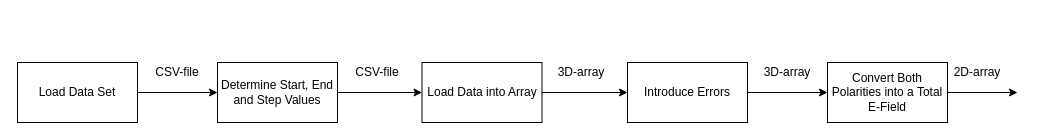
Mikkelnn/ESD5-Project keeps this draw.io diagram as Figures/systemDesign/PreProcessing.drawio. Above is the earlier version. Source tidied: cells renumbered, new cells numbered last; positions are measured from the earlier drawing's top-left corner, leaving out a move shared by most shapes. Both pictures are drawn from the tidied source at 100%, with x=0, y=0 at pixel (17, 57).
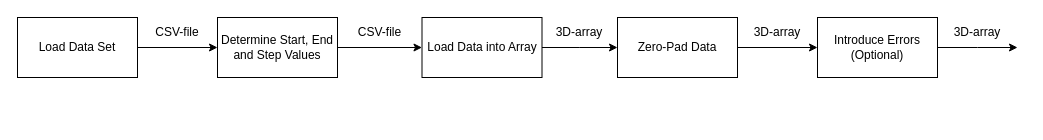
The same page after the edit.

Diff of the diagram source:
```diff
@@
 <mxGraphModel>
   <root>
     <mxCell id="0" />
     <mxCell id="1" parent="0" />
     <mxCell id="2" style="edgeStyle=orthogonalEdgeStyle;rounded=0;jettySize=auto;html=1;" parent="1" edge="1" source="3" target="5">
       <mxGeometry relative="1" as="geometry" />
     </mxCell>
     <mxCell id="3" value="Load Data Set" style="rounded=0;whiteSpace=wrap;html=1;" parent="1" vertex="1">
-      <mxGeometry y="5" width="120" height="60" as="geometry" />
+      <mxGeometry y="-40" width="120" height="60" as="geometry" />
     </mxCell>
     <mxCell id="4" style="edgeStyle=orthogonalEdgeStyle;rounded=0;jettySize=auto;html=1;" parent="1" edge="1" source="5" target="7">
       <mxGeometry relative="1" as="geometry" />
     </mxCell>
     <mxCell id="5" value="Determine Start, End and Step Values" style="rounded=0;whiteSpace=wrap;html=1;" parent="1" vertex="1">
-      <mxGeometry x="200" y="5" width="120" height="60" as="geometry" />
+      <mxGeometry x="200" y="-40" width="120" height="60" as="geometry" />
     </mxCell>
-    <mxCell id="6" style="edgeStyle=orthogonalEdgeStyle;rounded=0;jettySize=auto;html=1;exitX=1;exitY=0.5;exitDx=0;exitDy=0;entryX=0;entryY=0.5;entryDx=0;entryDy=0;" parent="1" edge="1" source="7" target="12">
-      <mxGeometry relative="1" as="geometry" />
+    <mxCell id="6" style="edgeStyle=orthogonalEdgeStyle;rounded=0;jettySize=auto;html=1;exitX=1;exitY=0.5;exitDx=0;exitDy=0;" parent="1" edge="1" source="7">
+      <mxGeometry relative="1" as="geometry">
+        <mxPoint x="600" y="-10" as="targetPoint" />
+      </mxGeometry>
     </mxCell>
     <mxCell id="7" value="Load Data into Array" style="rounded=0;whiteSpace=wrap;html=1;" parent="1" vertex="1">
-      <mxGeometry x="404.5" y="5" width="120" height="60" as="geometry" />
+      <mxGeometry x="404.5" y="-40" width="120" height="60" as="geometry" />
     </mxCell>
-    <mxCell id="8" style="edgeStyle=orthogonalEdgeStyle;rounded=0;jettySize=auto;html=1;exitX=1;exitY=0.5;exitDx=0;exitDy=0;" parent="1" edge="1" source="9">
-      <mxGeometry relative="1" as="geometry">
-        <mxPoint x="1000" y="35" as="targetPoint" />
-      </mxGeometry>
-    </mxCell>
-    <mxCell id="9" value="Convert Both Polarities into a Total E-Field" style="rounded=0;whiteSpace=wrap;html=1;" parent="1" vertex="1">
-      <mxGeometry x="810" y="5" width="120" height="60" as="geometry" />
-    </mxCell>
-    <mxCell id="10" value="2D-array" style="text;html=1;align=center;verticalAlign=middle;whiteSpace=wrap;rounded=0;" parent="1" vertex="1">
-      <mxGeometry x="930" width="60" height="30" as="geometry" />
-    </mxCell>
-    <mxCell id="11" style="edgeStyle=orthogonalEdgeStyle;rounded=0;jettySize=auto;html=1;" parent="1" edge="1" source="12" target="9">
-      <mxGeometry relative="1" as="geometry" />
+    <mxCell id="11" style="edgeStyle=orthogonalEdgeStyle;rounded=0;jettySize=auto;html=1;" parent="1" edge="1" source="12">
+      <mxGeometry relative="1" as="geometry">
+        <mxPoint x="1000" y="-10" as="targetPoint" />
+      </mxGeometry>
     </mxCell>
-    <mxCell id="12" value="Introduce Errors" style="rounded=0;whiteSpace=wrap;html=1;" parent="1" vertex="1">
-      <mxGeometry x="610" y="5" width="120" height="60" as="geometry" />
+    <mxCell id="12" value="Introduce Errors&lt;br&gt;(Optional)" style="rounded=0;whiteSpace=wrap;html=1;" parent="1" vertex="1">
+      <mxGeometry x="800" y="-40" width="120" height="60" as="geometry" />
     </mxCell>
     <mxCell id="13" value="CSV-file" style="text;html=1;align=center;verticalAlign=middle;whiteSpace=wrap;rounded=0;" parent="1" vertex="1">
-      <mxGeometry x="130" width="60" height="30" as="geometry" />
+      <mxGeometry x="120" y="-40" width="80" height="30" as="geometry" />
     </mxCell>
     <mxCell id="14" value="CSV-file" style="text;html=1;align=center;verticalAlign=middle;whiteSpace=wrap;rounded=0;" parent="1" vertex="1">
-      <mxGeometry x="330" width="60" height="30" as="geometry" />
+      <mxGeometry x="320" y="-40" width="85" height="30" as="geometry" />
     </mxCell>
     <mxCell id="15" value="3D-array" style="text;html=1;align=center;verticalAlign=middle;whiteSpace=wrap;rounded=0;" parent="1" vertex="1">
-      <mxGeometry x="534" width="60" height="30" as="geometry" />
+      <mxGeometry x="525" y="-40" width="74" height="30" as="geometry" />
     </mxCell>
     <mxCell id="16" value="3D-array" style="text;html=1;align=center;verticalAlign=middle;whiteSpace=wrap;rounded=0;" parent="1" vertex="1">
-      <mxGeometry x="740" width="60" height="30" as="geometry" />
+      <mxGeometry x="920" y="-40" width="80" height="30" as="geometry" />
     </mxCell>
+    <mxCell id="17" value="Zero-Pad Data" style="rounded=0;whiteSpace=wrap;html=1;" parent="1" vertex="1">
+      <mxGeometry x="600" y="-40" width="120" height="60" as="geometry" />
+    </mxCell>
+    <mxCell id="18" style="edgeStyle=orthogonalEdgeStyle;rounded=0;jettySize=auto;html=1;exitX=1;exitY=0.5;exitDx=0;exitDy=0;entryX=0;entryY=0.5;entryDx=0;entryDy=0;" parent="1" edge="1" source="17" target="12">
+      <mxGeometry relative="1" as="geometry" />
+    </mxCell>
+    <mxCell id="19" value="3D-array" style="text;html=1;align=center;verticalAlign=middle;whiteSpace=wrap;rounded=0;" parent="1" vertex="1">
+      <mxGeometry x="720" y="-40" width="80" height="30" as="geometry" />
+    </mxCell>
   </root>
 </mxGraphModel>
```
